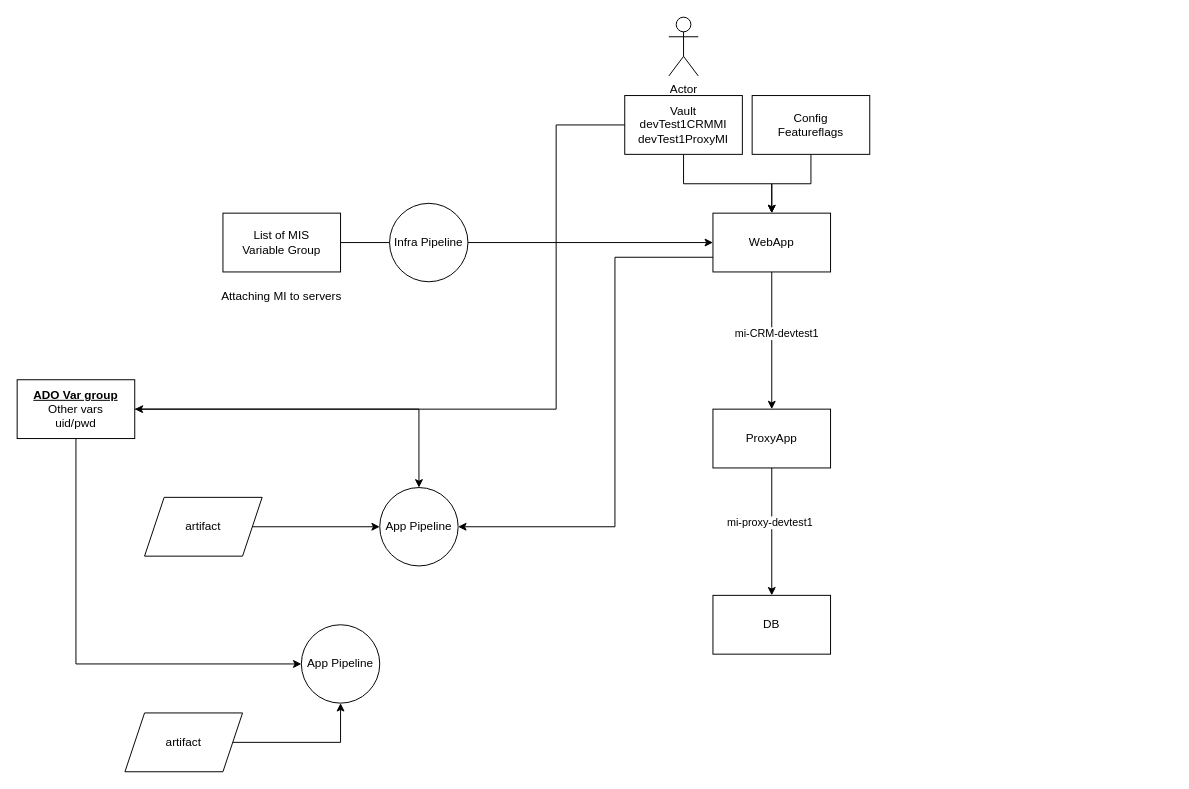
Above: infra/VaultConfigMI.drawio in vjavle/invoicecloud (draw.io), before the change. Source tidied: cells renumbered, new cells numbered last; positions are measured from the earlier drawing's top-left corner, leaving out a move shared by most shapes. Both pictures are drawn from the tidied source at 98%, with x=0, y=0 at pixel (17, 17).
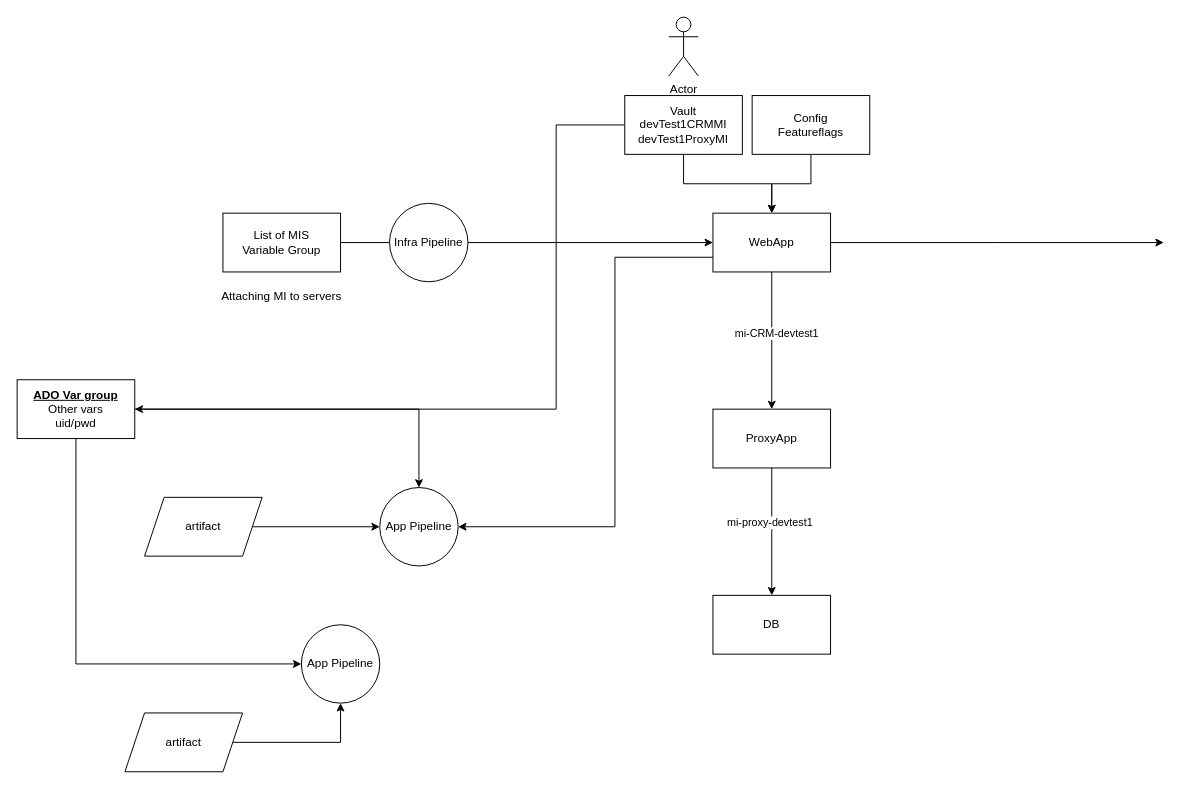
Above is the later version.

The change refers to these unchanged cells:
```xml
<mxCell id="2" value="WebApp" style="rounded=0;whiteSpace=wrap;html=1;" parent="1" vertex="1">
  <mxGeometry x="710" y="200" width="120" height="60" as="geometry" />
</mxCell>
```

The edit, as a diff of the source:
```diff
@@
+    <mxCell id="29" style="edgeStyle=orthogonalEdgeStyle;rounded=0;jettySize=auto;html=1;" parent="1" edge="1" source="2">
+      <mxGeometry relative="1" as="geometry">
+        <mxPoint x="1170" y="230" as="targetPoint" />
+      </mxGeometry>
+    </mxCell>
```
